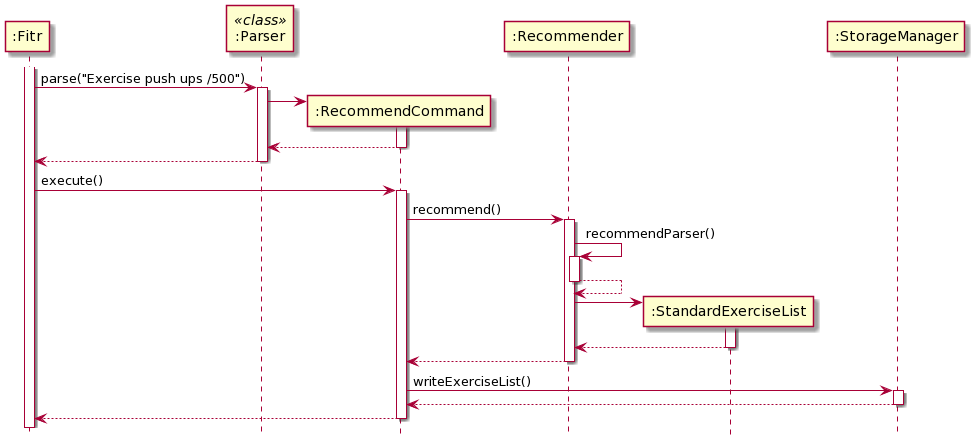
Before: docs/images/RecommendSequence.png, a diagram exported from PlantUML (nus-cs2113-AY2021S1/tp). Source of this version:
```plantuml
@startuml
participant ":Fitr" as fitr
participant ":Parser" as Parser << class >>
participant ":RecommendCommand" as RecommendCommand
participant ":Recommender" as Recommender


activate fitr
fitr -> Parser : parse("Exercise push ups /500")
activate Parser

create RecommendCommand
Parser-> RecommendCommand

activate RecommendCommand
return
return
deactivate Parser

fitr -> RecommendCommand : execute()
activate RecommendCommand

RecommendCommand -> Recommender: recommend()
activate Recommender
Recommender -> Recommender : recommendParser()
activate Recommender
return
create ":StandardExerciseList"
Recommender -> ":StandardExerciseList"
activate ":StandardExerciseList"
return
return
RecommendCommand -> ":StorageManager" : writeExerciseList()
activate ":StorageManager"
return

return
hide footbox
@enduml
```
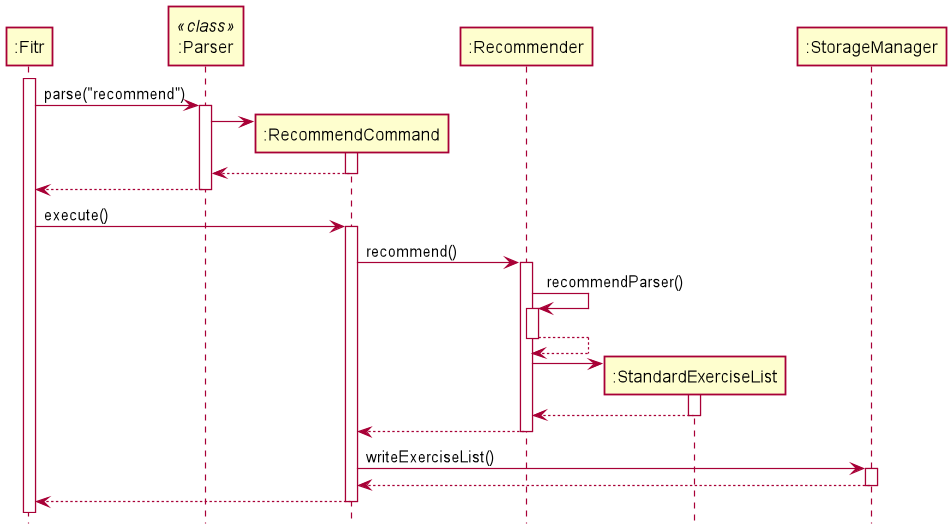
After the commit.

Change to the diagram source:
```diff
@@ -1,16 +1,16 @@
 @startuml
+skinparam Shadowing false
 participant ":Fitr" as fitr
 participant ":Parser" as Parser << class >>
 participant ":RecommendCommand" as RecommendCommand
 participant ":Recommender" as Recommender
 
-
 activate fitr
-fitr -> Parser : parse("Exercise push ups /500")
+fitr -> Parser : parse("recommend")
 activate Parser
 
 create RecommendCommand
-Parser-> RecommendCommand
+Parser -> RecommendCommand
 
 activate RecommendCommand
 return
```
